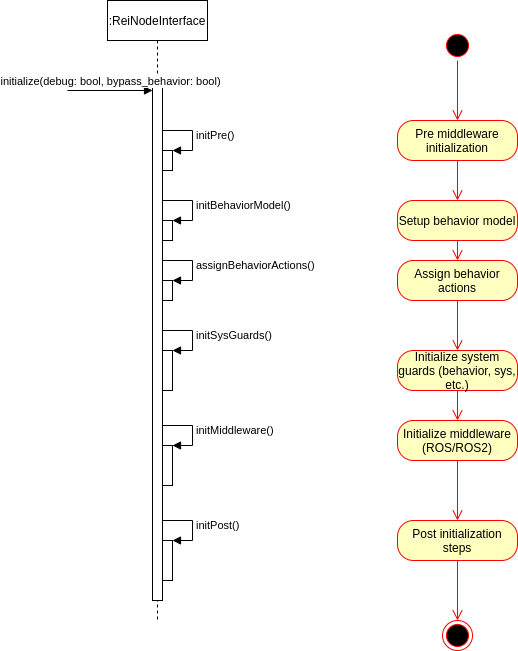
Above: rei_node_library/design/initsequence.png in kyberszittya/rei_environment (draw.io), before the change. Source tidied: cells renumbered, new cells last; positions are measured from the earlier drawing's top-left corner, leaving out a move shared by most shapes.
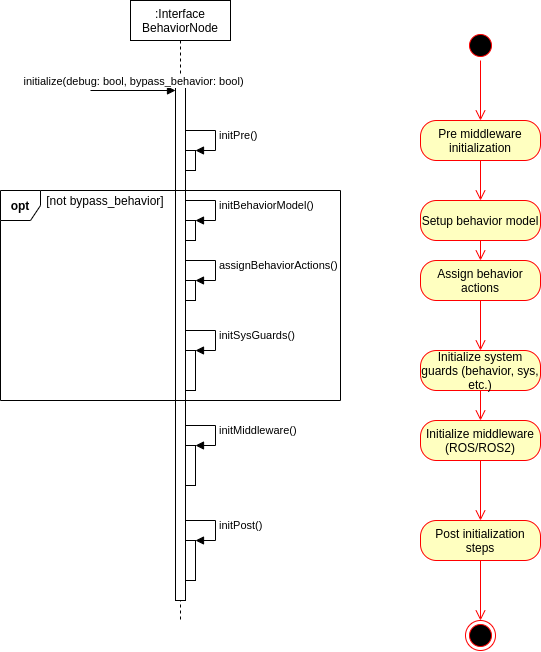
Later version of the same file.

Diff of the diagram source:
```diff
@@ -2,7 +2,7 @@
   <root>
     <mxCell id="0" />
     <mxCell id="1" parent="0" />
-    <mxCell id="2" value=":ReiNodeInterface" style="shape=umlLifeline;perimeter=lifelinePerimeter;whiteSpace=wrap;html=1;" parent="1" vertex="1">
+    <mxCell id="2" value=":Interface&lt;br&gt;BehaviorNode" style="shape=umlLifeline;perimeter=lifelinePerimeter;whiteSpace=wrap;html=1;size=40;" parent="1" vertex="1">
       <mxGeometry x="40" width="100" height="620" as="geometry" />
     </mxCell>
     <mxCell id="3" style="html=1;points=[];perimeter=orthogonalPerimeter;" parent="2" vertex="1">
@@ -134,5 +134,11 @@
     <mxCell id="31" style="edgeStyle=orthogonalEdgeStyle;html=1;verticalAlign=bottom;endArrow=open;endSize=8;strokeColor=#ff0000;entryX=0.5;entryY=0;entryDx=0;entryDy=0;" parent="1" edge="1" source="30" target="23">
       <mxGeometry relative="1" as="geometry" />
     </mxCell>
+    <mxCell id="32" value="&lt;b&gt;opt&lt;/b&gt;" style="shape=umlFrame;whiteSpace=wrap;html=1;width=40;height=30;" parent="1" vertex="1">
+      <mxGeometry x="-90" y="190" width="340" height="210" as="geometry" />
+    </mxCell>
+    <mxCell id="33" value="[not bypass_behavior]" style="text;html=1;strokeColor=none;fillColor=none;align=center;verticalAlign=middle;whiteSpace=wrap;rounded=0;" parent="1" vertex="1">
+      <mxGeometry x="-50" y="190" width="130" height="20" as="geometry" />
+    </mxCell>
   </root>
 </mxGraphModel>
```
